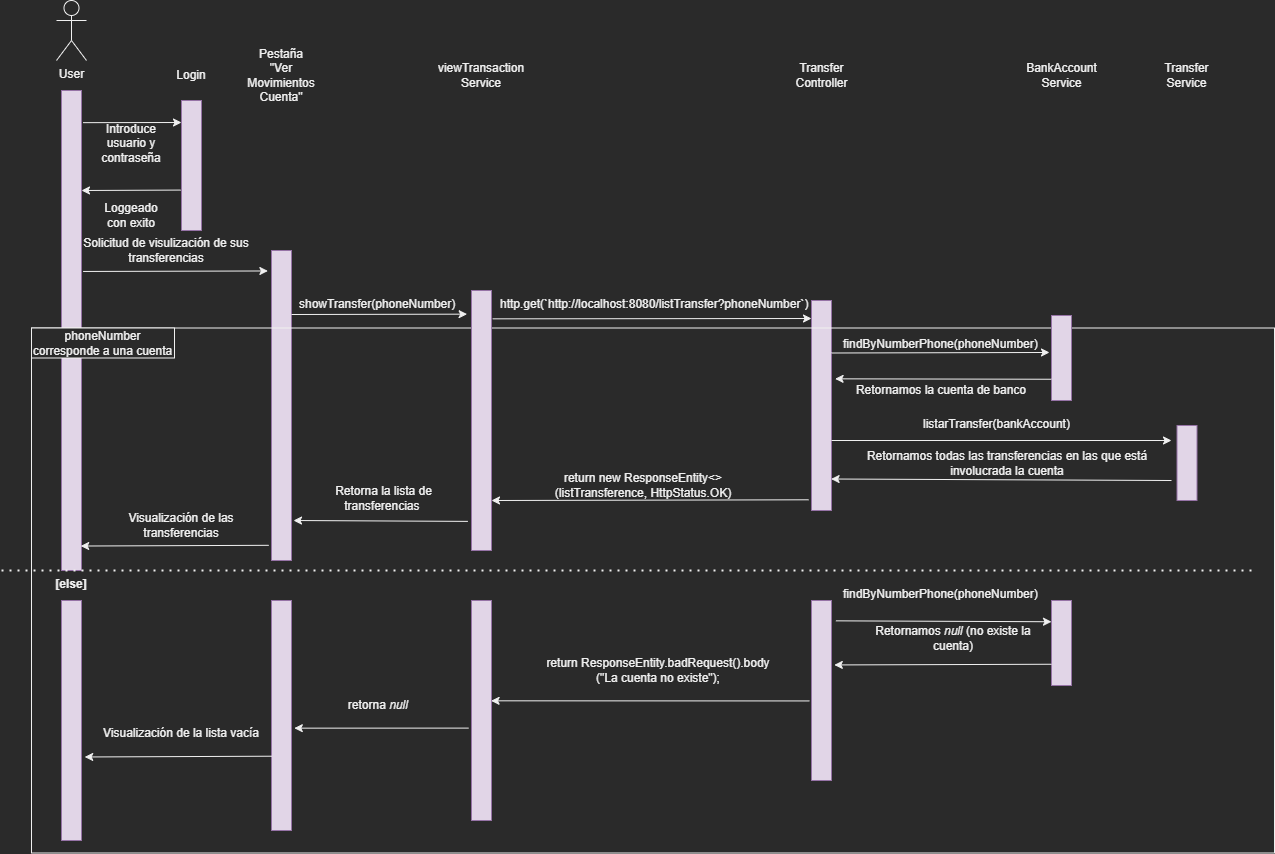
This is diagramas/DiagramaDeSecuencia_PagosAsíncronos_VerTransferencia.drawio.png from agomef04/Pagos-Asincronos, a draw.io export, as it was before one commit. Source tidied: cells renumbered, new cells last; positions are measured from the earlier drawing's top-left corner, leaving out a move shared by most shapes.
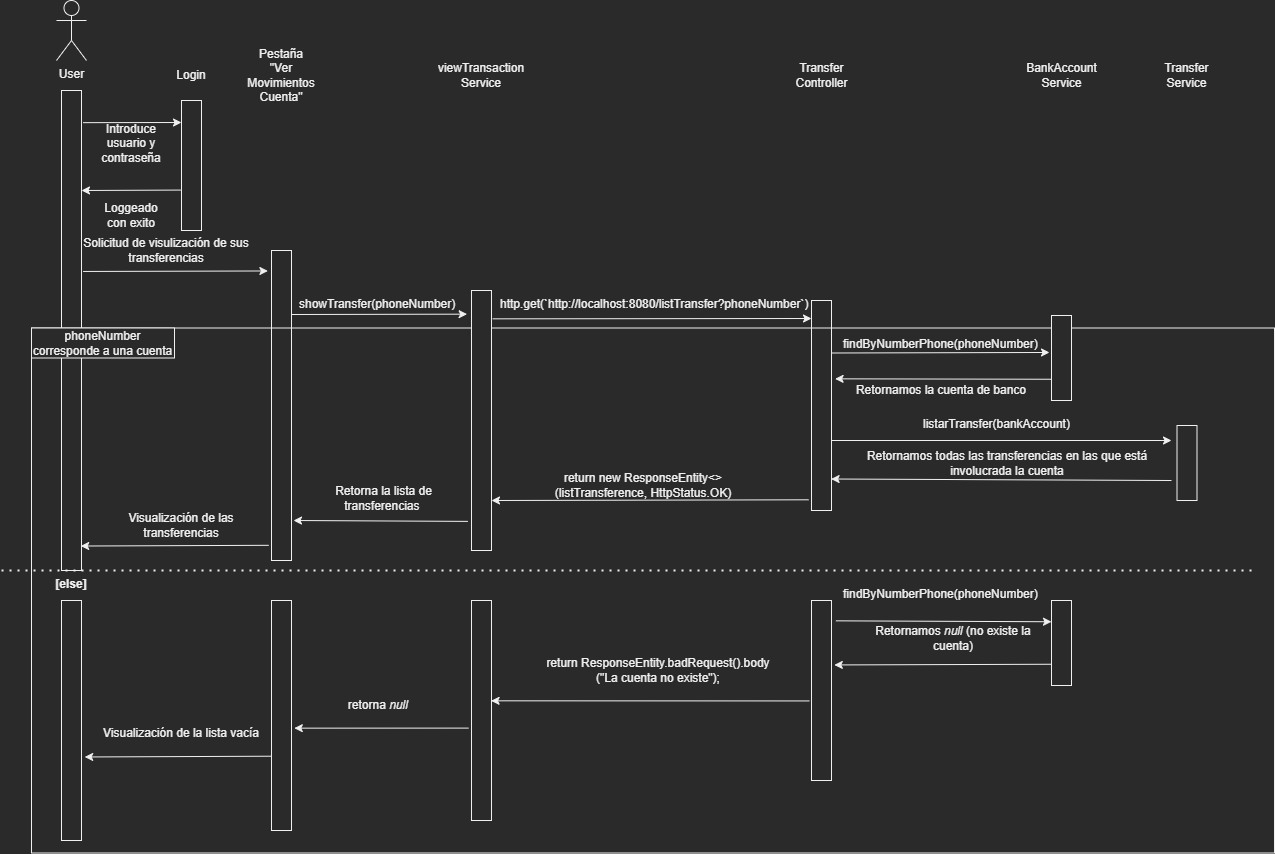
Above is the later version.

Commit message:
Modificacion en diagrama ver transferencias

The edit, as a diff of the source:
```diff
@@ -2,13 +2,13 @@
   <root>
     <mxCell id="0" />
     <mxCell id="1" parent="0" />
-    <mxCell id="2" style="rounded=0;whiteSpace=wrap;html=1;fillColor=#e1d5e7;strokeColor=#9673a6;" parent="1" vertex="1">
+    <mxCell id="2" style="rounded=0;whiteSpace=wrap;html=1;" parent="1" vertex="1">
       <mxGeometry x="60" y="90" width="20" height="480" as="geometry" />
     </mxCell>
     <mxCell id="3" value="User" style="shape=umlActor;verticalLabelPosition=bottom;verticalAlign=top;html=1;" parent="1" vertex="1">
       <mxGeometry x="55" width="30" height="60" as="geometry" />
     </mxCell>
-    <mxCell id="4" style="rounded=0;whiteSpace=wrap;html=1;fillColor=#e1d5e7;strokeColor=#9673a6;" parent="1" vertex="1">
+    <mxCell id="4" style="rounded=0;whiteSpace=wrap;html=1;" parent="1" vertex="1">
       <mxGeometry x="180" y="100" width="20" height="130" as="geometry" />
     </mxCell>
     <mxCell id="5" value="Login" style="text;html=1;strokeColor=none;fillColor=none;align=center;verticalAlign=middle;whiteSpace=wrap;rounded=0;" parent="1" vertex="1">
@@ -30,7 +30,7 @@
     <mxCell id="9" value="Loggeado con exito" style="text;html=1;strokeColor=none;fillColor=none;align=center;verticalAlign=middle;whiteSpace=wrap;rounded=0;" parent="1" vertex="1">
       <mxGeometry x="100" y="200" width="60" height="30" as="geometry" />
     </mxCell>
-    <mxCell id="10" style="rounded=0;whiteSpace=wrap;html=1;fillColor=#e1d5e7;strokeColor=#9673a6;" parent="1" vertex="1">
+    <mxCell id="10" style="rounded=0;whiteSpace=wrap;html=1;" parent="1" vertex="1">
       <mxGeometry x="270" y="250" width="20" height="310" as="geometry" />
     </mxCell>
     <mxCell id="11" value="Pestaña &quot;Ver Movimientos Cuenta&quot;" style="text;html=1;strokeColor=none;fillColor=none;align=center;verticalAlign=middle;whiteSpace=wrap;rounded=0;" parent="1" vertex="1">
@@ -48,7 +48,7 @@
     <mxCell id="15" value="Visualización de las transferencias" style="text;html=1;strokeColor=none;fillColor=none;align=center;verticalAlign=middle;whiteSpace=wrap;rounded=0;" parent="1" vertex="1">
       <mxGeometry x="100" y="510" width="160" height="30" as="geometry" />
     </mxCell>
-    <mxCell id="16" style="rounded=0;whiteSpace=wrap;html=1;fillColor=#e1d5e7;strokeColor=#9673a6;" parent="1" vertex="1">
+    <mxCell id="16" style="rounded=0;whiteSpace=wrap;html=1;" parent="1" vertex="1">
       <mxGeometry x="810" y="300" width="20" height="210" as="geometry" />
     </mxCell>
     <mxCell id="17" value="Transfer Controller" style="text;html=1;strokeColor=none;fillColor=none;align=center;verticalAlign=middle;whiteSpace=wrap;rounded=0;" parent="1" vertex="1">
@@ -71,7 +71,7 @@
     <mxCell id="21" value="viewTransaction Service" style="text;html=1;strokeColor=none;fillColor=none;align=center;verticalAlign=middle;whiteSpace=wrap;rounded=0;" parent="1" vertex="1">
       <mxGeometry x="441.1" y="57.5" width="77.8" height="35" as="geometry" />
     </mxCell>
-    <mxCell id="22" style="rounded=0;whiteSpace=wrap;html=1;fillColor=#e1d5e7;strokeColor=#9673a6;" parent="1" vertex="1">
+    <mxCell id="22" style="rounded=0;whiteSpace=wrap;html=1;" parent="1" vertex="1">
       <mxGeometry x="470" y="290" width="20" height="260" as="geometry" />
     </mxCell>
     <mxCell id="23" value="showTransfer(phoneNumber)" style="text;whiteSpace=wrap;html=1;" parent="1" vertex="1">
@@ -88,7 +88,7 @@
     <mxCell id="26" value="BankAccount Service" style="text;html=1;strokeColor=none;fillColor=none;align=center;verticalAlign=middle;whiteSpace=wrap;rounded=0;" parent="1" vertex="1">
       <mxGeometry x="1034.5" y="57.5" width="51" height="35" as="geometry" />
     </mxCell>
-    <mxCell id="27" style="rounded=0;whiteSpace=wrap;html=1;fillColor=#e1d5e7;strokeColor=#9673a6;" parent="1" vertex="1">
+    <mxCell id="27" style="rounded=0;whiteSpace=wrap;html=1;" parent="1" vertex="1">
       <mxGeometry x="1050" y="315" width="20" height="85" as="geometry" />
     </mxCell>
     <mxCell id="28" style="endArrow=classic;html=1;rounded=0;exitX=1;exitY=0.25;exitDx=0;exitDy=0;entryX=-0.1;entryY=0.435;entryDx=0;entryDy=0;entryPerimeter=0;" parent="1" edge="1" source="16" target="27">
@@ -103,7 +103,7 @@
     <mxCell id="31" value="Transfer Service" style="text;html=1;strokeColor=none;fillColor=none;align=center;verticalAlign=middle;whiteSpace=wrap;rounded=0;" parent="1" vertex="1">
       <mxGeometry x="1160" y="57.5" width="51" height="35" as="geometry" />
     </mxCell>
-    <mxCell id="32" style="rounded=0;whiteSpace=wrap;html=1;fillColor=#e1d5e7;strokeColor=#9673a6;" parent="1" vertex="1">
+    <mxCell id="32" style="rounded=0;whiteSpace=wrap;html=1;" parent="1" vertex="1">
       <mxGeometry x="1175.5" y="425" width="20" height="75" as="geometry" />
     </mxCell>
     <mxCell id="33" style="endArrow=classic;html=1;rounded=0;" parent="1" edge="1">
@@ -140,19 +140,19 @@
     <mxCell id="41" style="endArrow=classic;html=1;rounded=0;exitX=0;exitY=0.75;exitDx=0;exitDy=0;entryX=1.18;entryY=0.373;entryDx=0;entryDy=0;entryPerimeter=0;" parent="1" edge="1" source="27" target="16">
       <mxGeometry relative="1" as="geometry" />
     </mxCell>
-    <mxCell id="42" style="rounded=0;whiteSpace=wrap;html=1;fillColor=#e1d5e7;strokeColor=#9673a6;" parent="1" vertex="1">
+    <mxCell id="42" style="rounded=0;whiteSpace=wrap;html=1;" parent="1" vertex="1">
       <mxGeometry x="60" y="600" width="20" height="240" as="geometry" />
     </mxCell>
-    <mxCell id="43" style="rounded=0;whiteSpace=wrap;html=1;fillColor=#e1d5e7;strokeColor=#9673a6;" parent="1" vertex="1">
+    <mxCell id="43" style="rounded=0;whiteSpace=wrap;html=1;" parent="1" vertex="1">
       <mxGeometry x="270" y="600" width="20" height="230" as="geometry" />
     </mxCell>
-    <mxCell id="44" style="rounded=0;whiteSpace=wrap;html=1;fillColor=#e1d5e7;strokeColor=#9673a6;" parent="1" vertex="1">
+    <mxCell id="44" style="rounded=0;whiteSpace=wrap;html=1;" parent="1" vertex="1">
       <mxGeometry x="470" y="600" width="20" height="220" as="geometry" />
     </mxCell>
-    <mxCell id="45" style="rounded=0;whiteSpace=wrap;html=1;fillColor=#e1d5e7;strokeColor=#9673a6;" parent="1" vertex="1">
+    <mxCell id="45" style="rounded=0;whiteSpace=wrap;html=1;" parent="1" vertex="1">
       <mxGeometry x="810" y="600" width="20" height="180" as="geometry" />
     </mxCell>
-    <mxCell id="46" style="rounded=0;whiteSpace=wrap;html=1;fillColor=#e1d5e7;strokeColor=#9673a6;" parent="1" vertex="1">
+    <mxCell id="46" style="rounded=0;whiteSpace=wrap;html=1;" parent="1" vertex="1">
       <mxGeometry x="1050" y="600" width="20" height="85" as="geometry" />
     </mxCell>
     <mxCell id="47" value="findByNumberPhone(phoneNumber)" style="text;whiteSpace=wrap;html=1;" parent="1" vertex="1">
```
